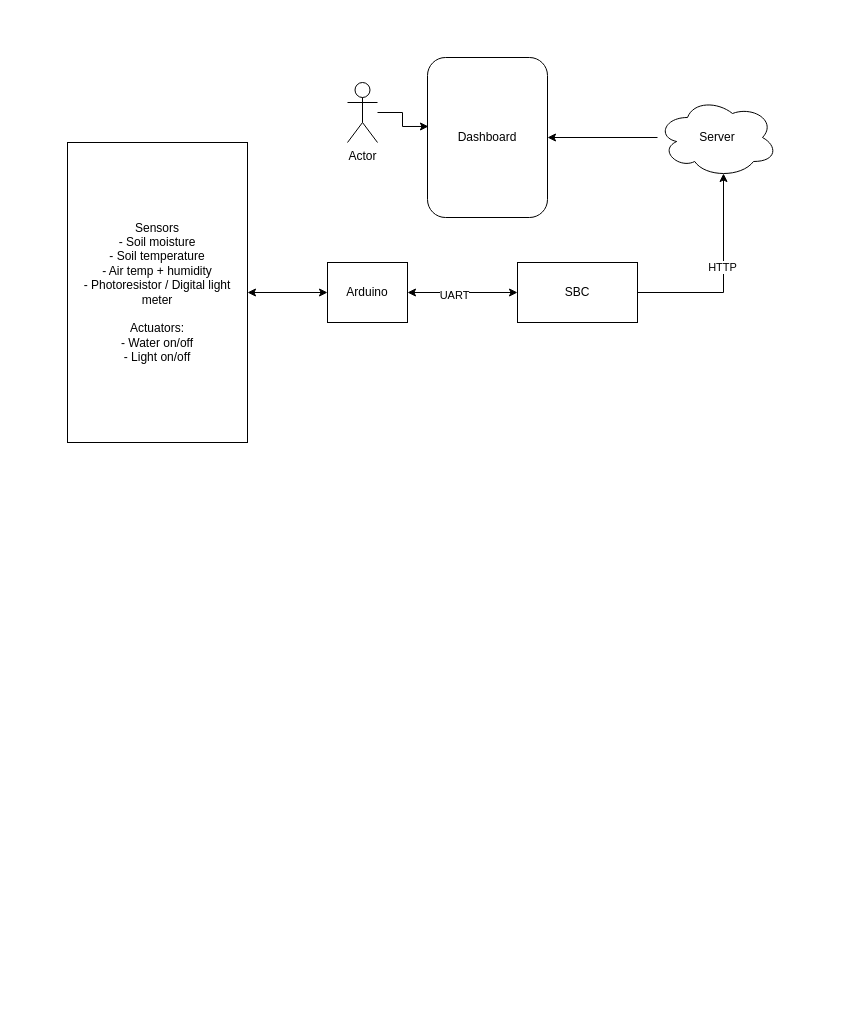
This is page "MinimalProject" (5 of 5) of docs/models/Project.drawio from KhazAkar/ags, a draw.io file, before an edit. Source tidied: cells renumbered, new cells numbered last; positions are measured from the earlier drawing's top-left corner, leaving out a move shared by most shapes. Both pictures are drawn from the tidied source at 100%, with x=0, y=0 at pixel (67, 57).
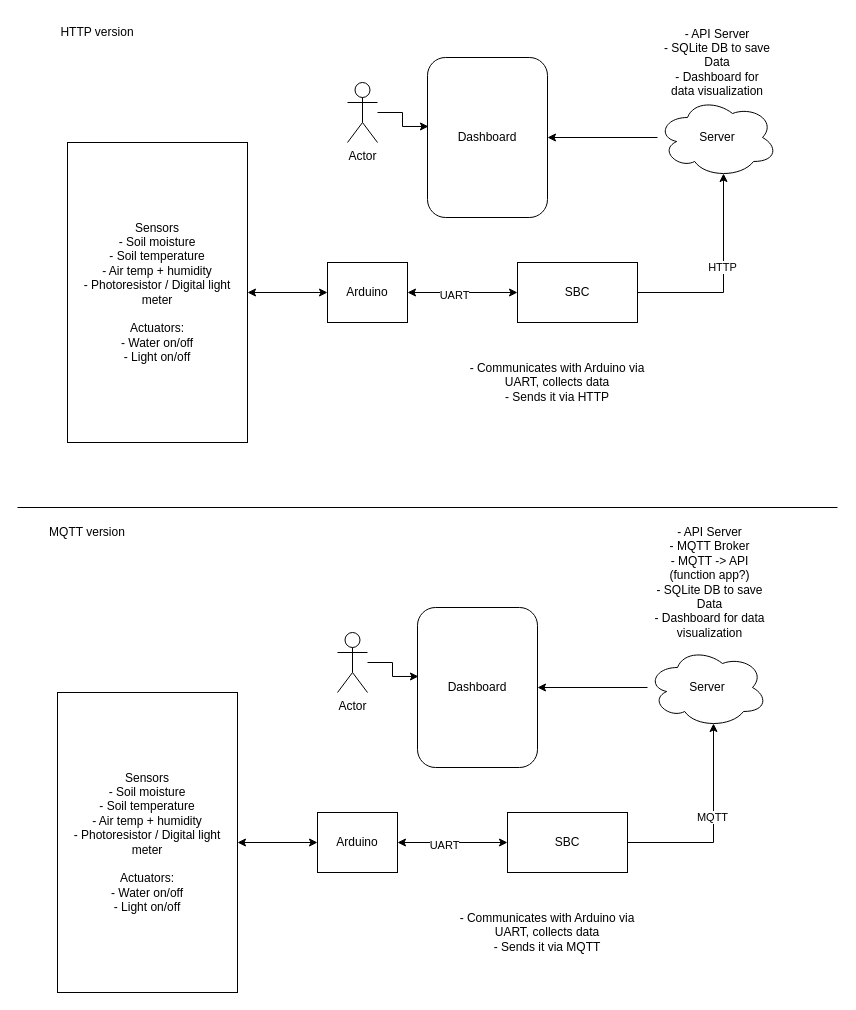
The same page after the edit.

Commit message (it also covers changes not shown here):
add mqtt as connection option for minimal setup

Change to the diagram source:
```diff
@@
+    <mxCell id="15" value="- API Server&lt;div&gt;- SQLite DB to save Data&lt;/div&gt;&lt;div&gt;- Dashboard for data visualization&lt;/div&gt;" style="text;html=1;align=center;verticalAlign=middle;whiteSpace=wrap;rounded=0;" parent="1" vertex="1">
+      <mxGeometry x="595" y="-30" width="110" height="70" as="geometry" />
+    </mxCell>
+    <mxCell id="16" value="- Communicates with Arduino via UART, collects data&lt;div&gt;- Sends it via HTTP&lt;/div&gt;" style="text;html=1;align=center;verticalAlign=middle;whiteSpace=wrap;rounded=0;" parent="1" vertex="1">
+      <mxGeometry x="390" y="290" width="200" height="70" as="geometry" />
+    </mxCell>
+    <mxCell id="17" style="edgeStyle=orthogonalEdgeStyle;rounded=0;jettySize=auto;html=1;" parent="1" edge="1" source="18" target="28">
+      <mxGeometry relative="1" as="geometry" />
+    </mxCell>
+    <mxCell id="18" value="Server" style="ellipse;shape=cloud;whiteSpace=wrap;html=1;" parent="1" vertex="1">
+      <mxGeometry x="580" y="590" width="120" height="80" as="geometry" />
+    </mxCell>
+    <mxCell id="19" style="edgeStyle=orthogonalEdgeStyle;rounded=0;jettySize=auto;html=1;entryX=0;entryY=0.5;entryDx=0;entryDy=0;startArrow=classic;startFill=1;" parent="1" edge="1" source="22" target="23">
+      <mxGeometry relative="1" as="geometry" />
+    </mxCell>
+    <mxCell id="20" value="UART" style="edgeLabel;html=1;align=center;verticalAlign=middle;" parent="19" vertex="1">
+      <mxGeometry x="-0.17" y="-2" relative="1" as="geometry" />
+    </mxCell>
+    <mxCell id="21" style="edgeStyle=orthogonalEdgeStyle;rounded=0;jettySize=auto;html=1;entryX=1;entryY=0.5;entryDx=0;entryDy=0;startArrow=classic;startFill=1;endArrow=classic;endFill=1;" parent="1" edge="1" source="22" target="26">
+      <mxGeometry relative="1" as="geometry" />
+    </mxCell>
+    <mxCell id="22" value="Arduino" style="rounded=0;whiteSpace=wrap;html=1;" parent="1" vertex="1">
+      <mxGeometry x="250" y="755" width="80" height="60" as="geometry" />
+    </mxCell>
+    <mxCell id="23" value="SBC" style="rounded=0;whiteSpace=wrap;html=1;" parent="1" vertex="1">
+      <mxGeometry x="440" y="755" width="120" height="60" as="geometry" />
+    </mxCell>
+    <mxCell id="24" style="edgeStyle=orthogonalEdgeStyle;rounded=0;jettySize=auto;html=1;entryX=0.55;entryY=0.95;entryDx=0;entryDy=0;entryPerimeter=0;" parent="1" edge="1" source="23" target="18">
+      <mxGeometry relative="1" as="geometry" />
+    </mxCell>
+    <mxCell id="25" value="MQTT" style="edgeLabel;html=1;align=center;verticalAlign=middle;" parent="24" vertex="1">
+      <mxGeometry x="0.1" y="2" relative="1" as="geometry">
+        <mxPoint y="1" as="offset" />
+      </mxGeometry>
+    </mxCell>
+    <mxCell id="26" value="Sensors&lt;div&gt;- Soil moisture&lt;/div&gt;&lt;div&gt;- Soil temperature&lt;/div&gt;&lt;div&gt;- Air temp + humidity&lt;/div&gt;&lt;div&gt;- Photoresistor / Digital light meter&lt;/div&gt;&lt;div&gt;&lt;br&gt;&lt;/div&gt;&lt;div&gt;Actuators:&lt;/div&gt;&lt;div&gt;- Water on/off&lt;/div&gt;&lt;div&gt;- Light on/off&lt;/div&gt;" style="rounded=0;whiteSpace=wrap;html=1;" parent="1" vertex="1">
+      <mxGeometry x="-10" y="635" width="180" height="300" as="geometry" />
+    </mxCell>
+    <mxCell id="27" value="Actor" style="shape=umlActor;verticalLabelPosition=bottom;verticalAlign=top;html=1;outlineConnect=0;" parent="1" vertex="1">
+      <mxGeometry x="270" y="575" width="30" height="60" as="geometry" />
+    </mxCell>
+    <mxCell id="28" value="Dashboard" style="rounded=1;whiteSpace=wrap;html=1;" parent="1" vertex="1">
+      <mxGeometry x="350" y="550" width="120" height="160" as="geometry" />
+    </mxCell>
+    <mxCell id="29" style="edgeStyle=orthogonalEdgeStyle;rounded=0;jettySize=auto;html=1;entryX=0.008;entryY=0.431;entryDx=0;entryDy=0;entryPerimeter=0;" parent="1" edge="1" source="27" target="28">
+      <mxGeometry relative="1" as="geometry" />
+    </mxCell>
+    <mxCell id="30" value="- API Server&lt;div&gt;- MQTT Broker&lt;/div&gt;&lt;div&gt;- MQTT -&amp;gt; API (function app?)&lt;br&gt;&lt;div&gt;- SQLite DB to save Data&lt;/div&gt;&lt;div&gt;- Dashboard for data visualization&lt;/div&gt;&lt;/div&gt;" style="text;html=1;align=center;verticalAlign=middle;whiteSpace=wrap;rounded=0;" parent="1" vertex="1">
+      <mxGeometry x="585" y="460" width="115" height="130" as="geometry" />
+    </mxCell>
+    <mxCell id="31" value="- Communicates with Arduino via UART, collects data&lt;div&gt;- Sends it via MQTT&lt;/div&gt;" style="text;html=1;align=center;verticalAlign=middle;whiteSpace=wrap;rounded=0;" parent="1" vertex="1">
+      <mxGeometry x="380" y="840" width="200" height="70" as="geometry" />
+    </mxCell>
+    <mxCell id="32" style="endArrow=none;html=1;rounded=0;" parent="1" edge="1">
+      <mxGeometry relative="1" as="geometry">
+        <mxPoint x="-50" y="450" as="sourcePoint" />
+        <mxPoint x="770" y="450" as="targetPoint" />
+      </mxGeometry>
+    </mxCell>
+    <mxCell id="33" value="MQTT version" style="text;html=1;align=center;verticalAlign=middle;whiteSpace=wrap;rounded=0;" parent="1" vertex="1">
+      <mxGeometry x="-30" y="460" width="100" height="30" as="geometry" />
+    </mxCell>
+    <mxCell id="34" value="HTTP version" style="text;html=1;align=center;verticalAlign=middle;whiteSpace=wrap;rounded=0;" parent="1" vertex="1">
+      <mxGeometry x="-20" y="-40" width="100" height="30" as="geometry" />
+    </mxCell>
```
